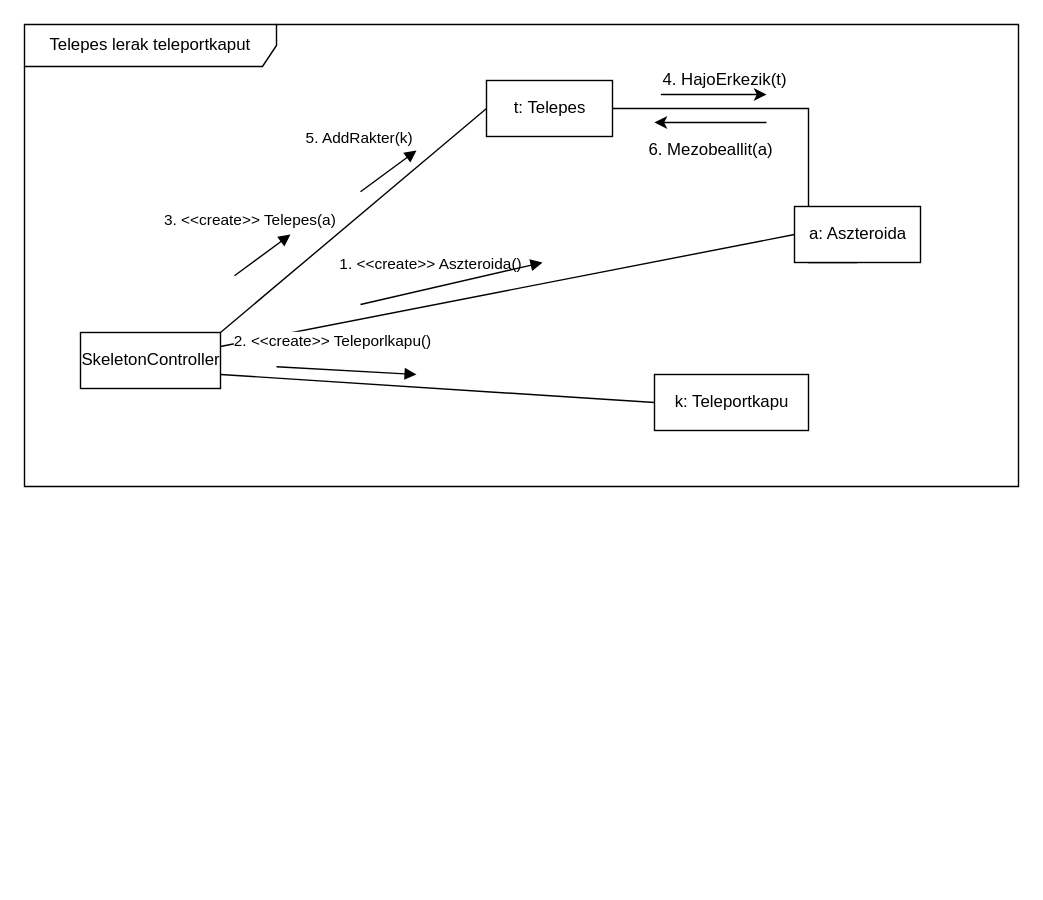
Before: doc/kommunikacio/TeleportLerak.drawio in torpeBoiGo/aszteroidabanyaszat, a draw.io diagram. Source tidied: cells renumbered, new cells numbered last; positions are measured from the earlier drawing's top-left corner, leaving out a move shared by most shapes. Both pictures are drawn from the tidied source at 140%, with x=0, y=0 at pixel (24, 24).
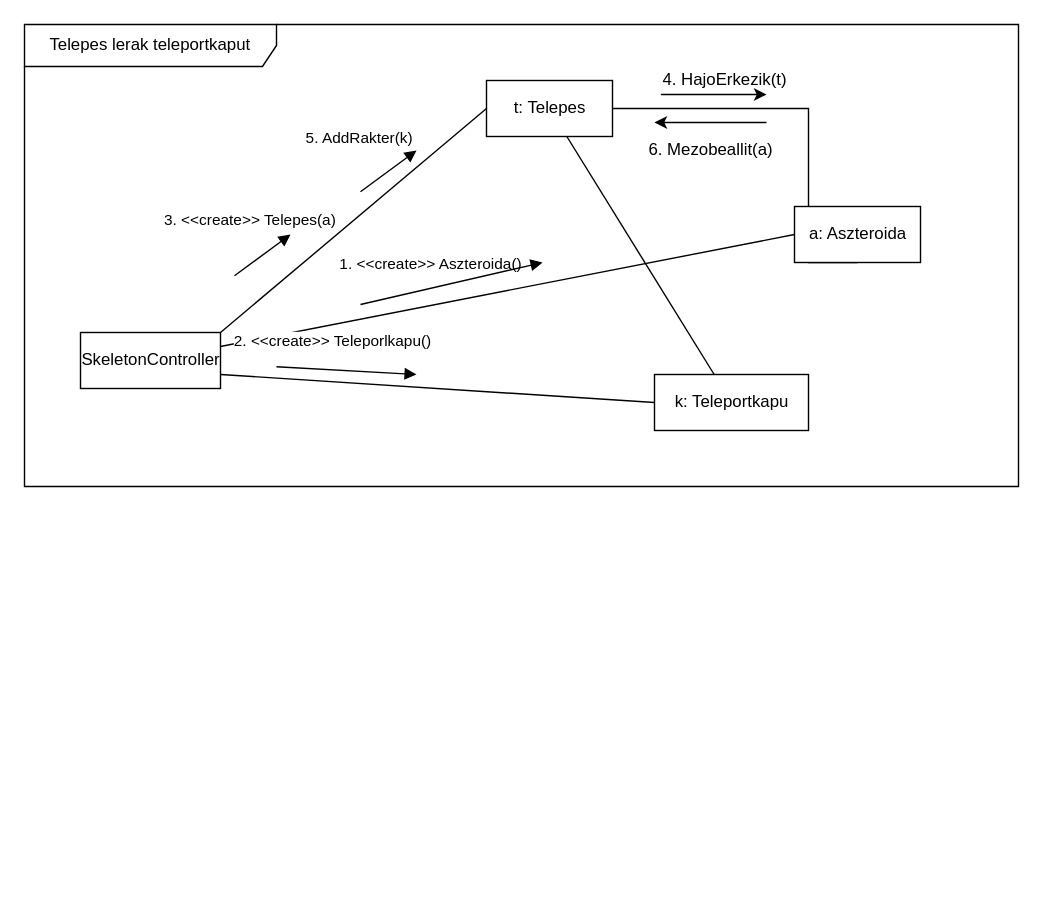
After the change.

Commit message:
plusz vonal

Unchanged cells that the change refers to:
```xml
<mxCell id="4" value="t: Telepes" style="html=1;" parent="1" vertex="1">
  <mxGeometry x="330" y="40" width="90" height="40" as="geometry" />
</mxCell>
<mxCell id="6" value="k: Teleportkapu" style="html=1;" parent="1" vertex="1">
  <mxGeometry x="450" y="250" width="110" height="40" as="geometry" />
</mxCell>
```

Change to the diagram source:
```diff
@@
+    <mxCell id="21" style="endArrow=none;html=1;" parent="1" edge="1" source="6" target="4">
+      <mxGeometry relative="1" as="geometry" />
+    </mxCell>
```
